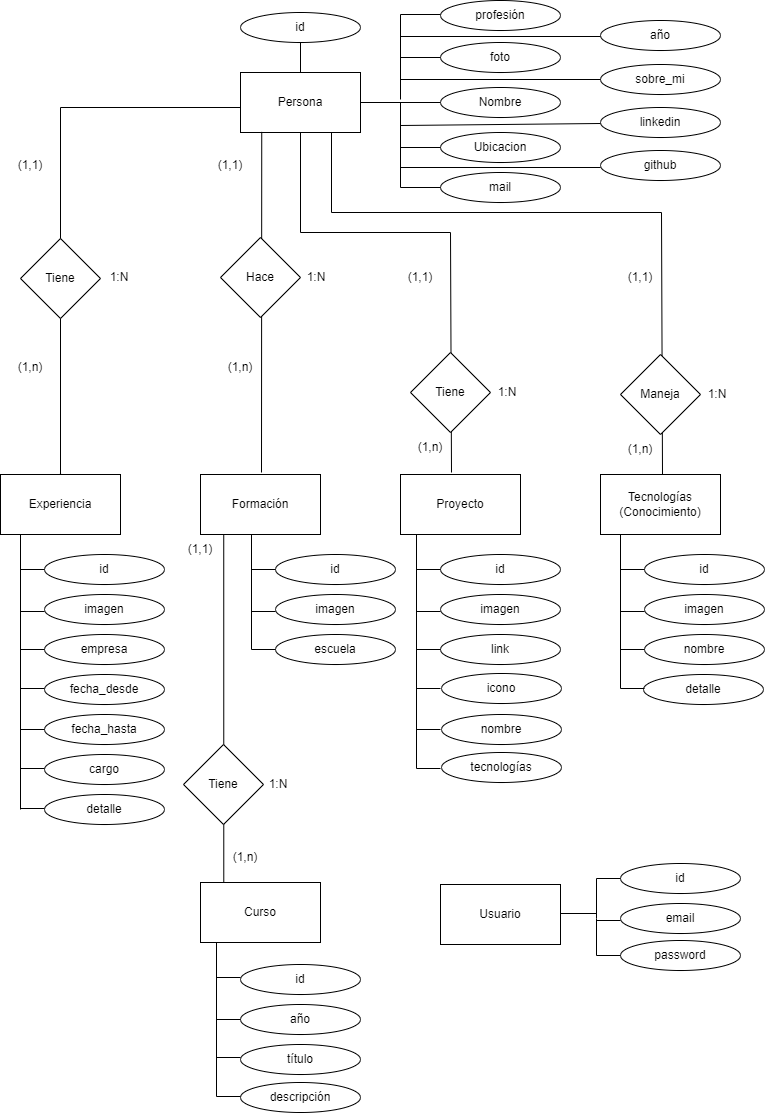
Above: Database/DER Portfolio.png in lailatan/YoProgramo_TrabajoFinal (draw.io), before the change. Source tidied: cells renumbered, new cells last; positions are measured from the earlier drawing's top-left corner, leaving out a move shared by most shapes.
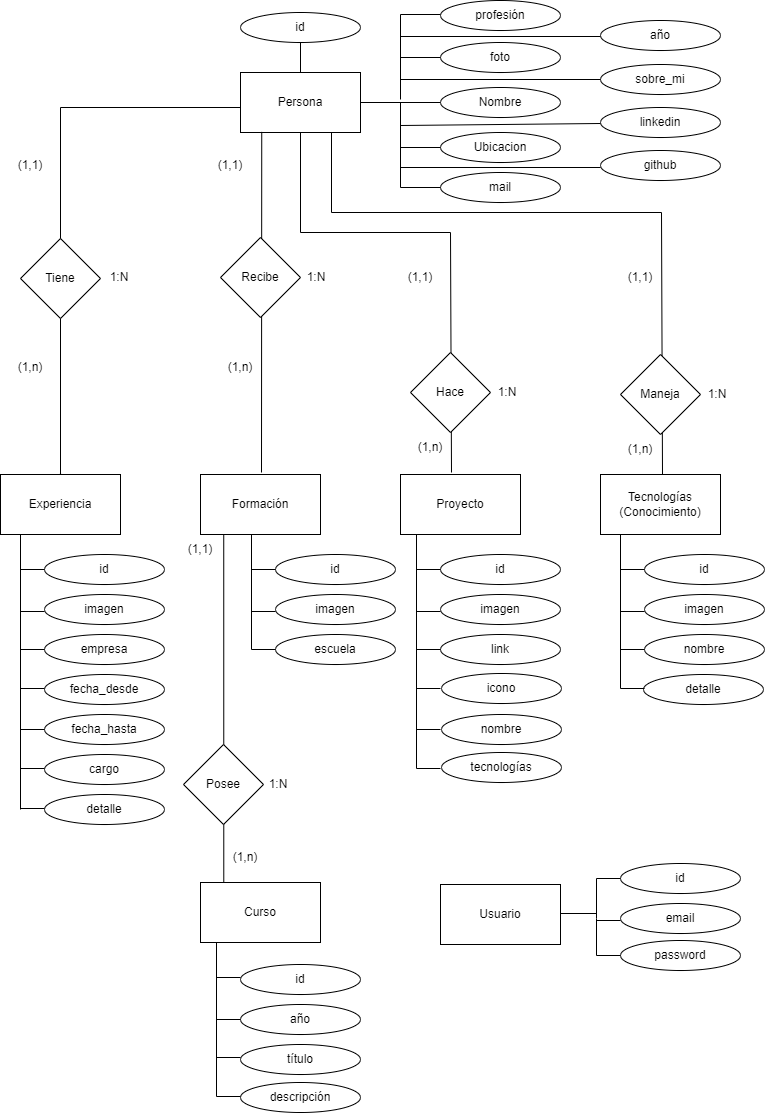
The same diagram one commit later.

Diff of the diagram source:
```diff
@@ -434,7 +434,7 @@
         <mxPoint x="261" y="472" as="sourcePoint" />
       </mxGeometry>
     </mxCell>
-    <mxCell id="97" value="Hace" style="rhombus;whiteSpace=wrap;html=1;" parent="1" vertex="1">
+    <mxCell id="97" value="Recibe" style="rhombus;whiteSpace=wrap;html=1;" parent="1" vertex="1">
       <mxGeometry x="220" y="237" width="80" height="80" as="geometry" />
     </mxCell>
     <mxCell id="98" value="(1,1)" style="text;html=1;strokeColor=none;fillColor=none;align=center;verticalAlign=middle;whiteSpace=wrap;rounded=0;" parent="1" vertex="1">
@@ -455,7 +455,7 @@
         </Array>
       </mxGeometry>
     </mxCell>
-    <mxCell id="102" value="Tiene" style="rhombus;whiteSpace=wrap;html=1;" parent="1" vertex="1">
+    <mxCell id="102" value="Hace" style="rhombus;whiteSpace=wrap;html=1;" parent="1" vertex="1">
       <mxGeometry x="410" y="352" width="80" height="80" as="geometry" />
     </mxCell>
     <mxCell id="103" value="(1,1)" style="text;html=1;strokeColor=none;fillColor=none;align=center;verticalAlign=middle;whiteSpace=wrap;rounded=0;" parent="1" vertex="1">
@@ -494,7 +494,7 @@
         <mxPoint x="223.2" y="534" as="targetPoint" />
       </mxGeometry>
     </mxCell>
-    <mxCell id="112" value="Tiene" style="rhombus;whiteSpace=wrap;html=1;" parent="1" vertex="1">
+    <mxCell id="112" value="Posee" style="rhombus;whiteSpace=wrap;html=1;" parent="1" vertex="1">
       <mxGeometry x="183" y="744" width="80" height="80" as="geometry" />
     </mxCell>
     <mxCell id="113" value="(1,1)" style="text;html=1;strokeColor=none;fillColor=none;align=center;verticalAlign=middle;whiteSpace=wrap;rounded=0;" parent="1" vertex="1">
```
